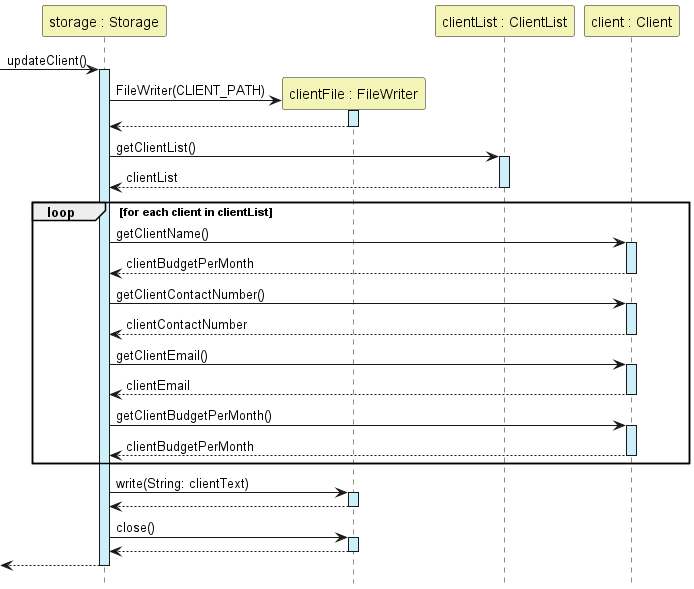
The PlantUML diagram docs/diagrams/StorageUpdateClientSequenceDiagram.png in nus-cs2113-AY2223S1/tp, before a commit. Its diagram source:
```plantuml
@startuml
hide footbox

Participant "storage : Storage" as Storage #F4F4B6
Participant "clientFile : FileWriter" as FileWriter #F4F4B6
Participant "clientList : ClientList" as ClientList #F4F4B6
Participant "client : Client" as Client #F4F4B6

->Storage:updateClient()
activate Storage #CDEFF9

create FileWriter
Storage -> FileWriter:FileWriter(CLIENT_PATH)
activate FileWriter #CDEFF9
return

Storage->ClientList:getClientList()
activate ClientList #CDEFF9
return clientList

    loop for each client in clientList
        Storage -> Client:getClientName()
        activate Client #CDEFF9
        return clientBudgetPerMonth

        Storage -> Client:getClientContactNumber()
        activate Client #CDEFF9
        return clientContactNumber

        Storage -> Client:getClientEmail()
        activate Client #CDEFF9
        return clientEmail

        Storage -> Client:getClientBudgetPerMonth()
        activate Client #CDEFF9
        return clientBudgetPerMonth
    end
Storage -> FileWriter:write(String: clientText)
activate FileWriter #CDEFF9
return
Storage -> FileWriter:close()
activate FileWriter #CDEFF9
return

return

@enduml
```
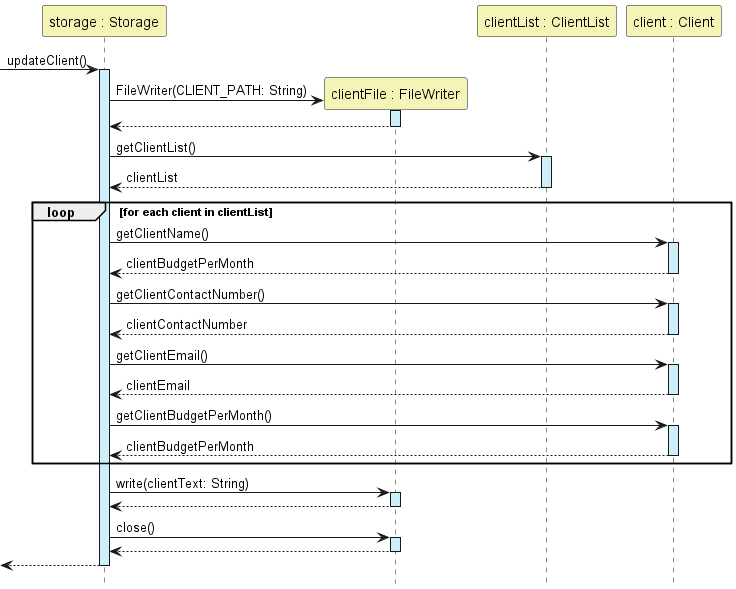
Above is the later version.

The edit, as a diff of the source:
```diff
@@ -10,7 +10,7 @@
 activate Storage #CDEFF9
 
 create FileWriter
-Storage -> FileWriter:FileWriter(CLIENT_PATH)
+Storage -> FileWriter:FileWriter(CLIENT_PATH: String)
 activate FileWriter #CDEFF9
 return
 
@@ -35,7 +35,7 @@
         activate Client #CDEFF9
         return clientBudgetPerMonth
     end
-Storage -> FileWriter:write(String: clientText)
+Storage -> FileWriter:write(clientText: String)
 activate FileWriter #CDEFF9
 return
 Storage -> FileWriter:close()
```
